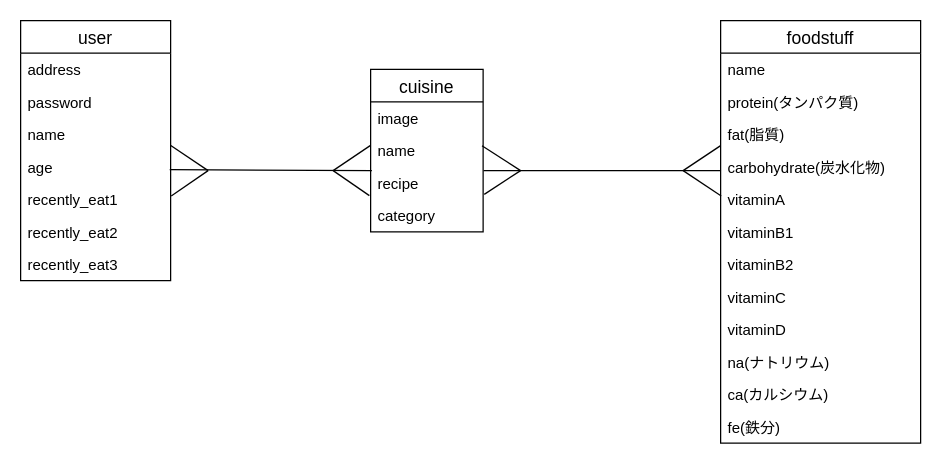
The draw.io diagram ER.dio in human7016/meal-app, before the edit. Source tidied: cells renumbered, new cells numbered last; positions are measured from the earlier drawing's top-left corner, leaving out a move shared by most shapes. Both pictures are drawn from the tidied source at 125%, with x=0, y=0 at pixel (20, 20).
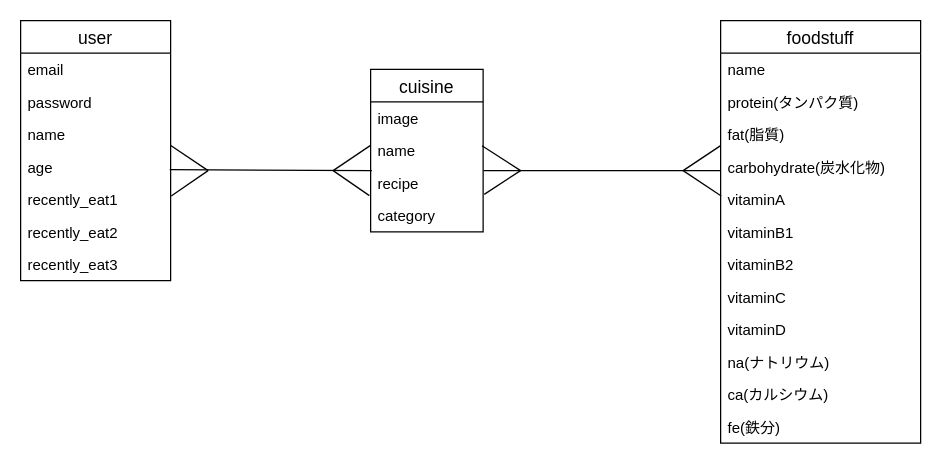
After the change.

Unchanged cells that the change refers to:
```xml
<mxCell id="2" value="user" style="swimlane;fontStyle=0;horizontal=1;startSize=26;align=center;fontSize=14;" parent="1" vertex="1">
  <mxGeometry width="120" height="208" as="geometry" />
</mxCell>
```

Change to the diagram source:
```diff
@@
-    <mxCell id="3" value="address" style="text;strokeColor=none;fillColor=none;spacingLeft=4;spacingRight=4;overflow=hidden;fontSize=12;" parent="2" vertex="1">
+    <mxCell id="3" value="email" style="text;strokeColor=none;fillColor=none;spacingLeft=4;spacingRight=4;overflow=hidden;fontSize=12;" parent="2" vertex="1">
       <mxGeometry y="26" width="120" height="26" as="geometry" />
     </mxCell>
```
